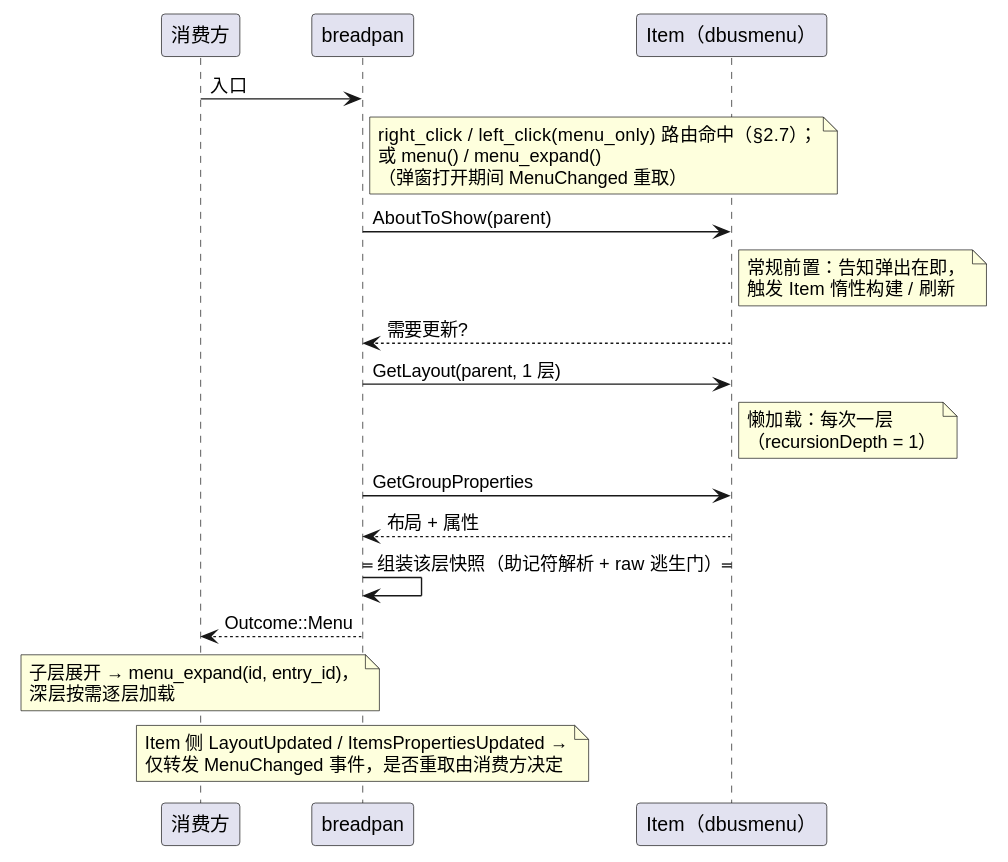
Above: diagram/breadpan-menu.svg in 54m43lJ/BreadKnife (PlantUML), before the change.
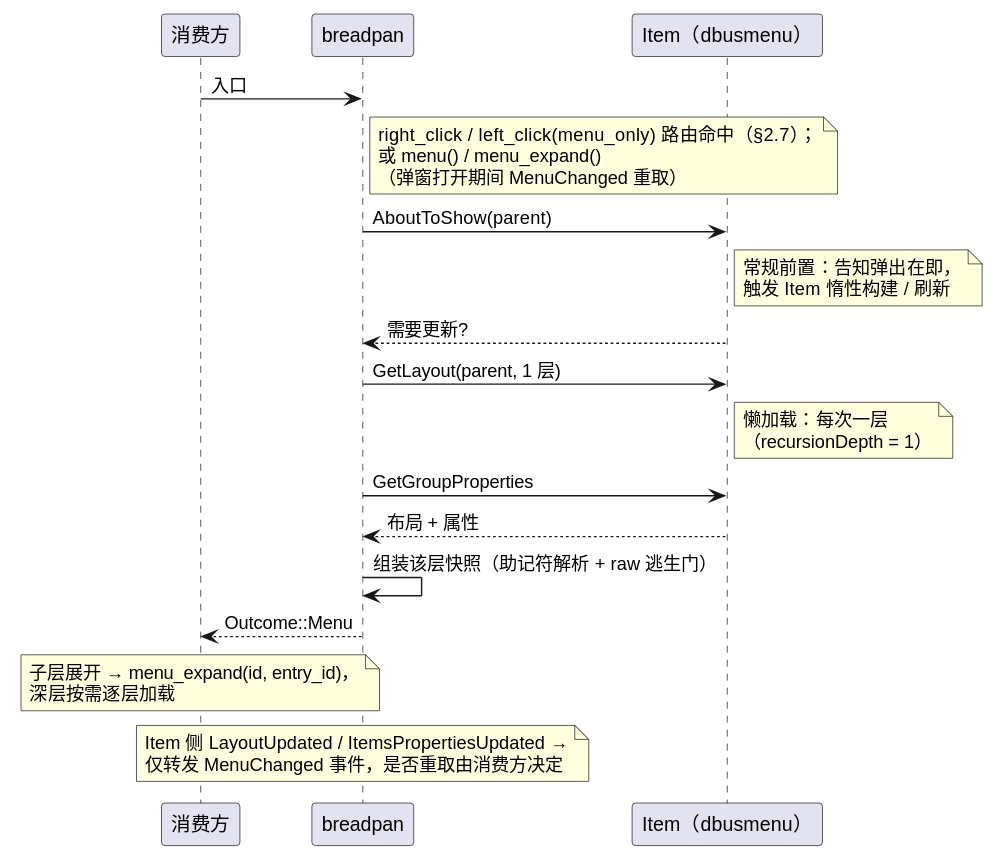
After the commit.

Diff of the diagram source:
```diff
@@ -22,7 +22,7 @@
 end note
 breadpan -> item: GetGroupProperties
 item --> breadpan: 布局 + 属性
-breadpan -> breadpan: == 组装该层快照（助记符解析 + raw 逃生门）==
+breadpan -> breadpan: 组装该层快照（助记符解析 + raw 逃生门）
 breadpan --> 消费方: Outcome::Menu
 note over 消费方
   子层展开 → menu_expand(id, entry_id)，
```
